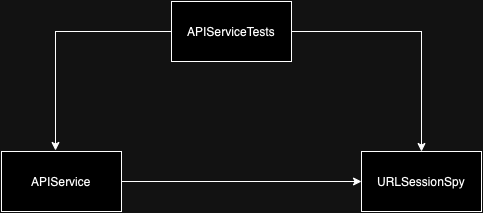
This is MarvelSampleTests/Tests/APIService/APIServiceTests.drawio.png from hiren9697/MavelSample, a draw.io export, as it was before one commit. Source tidied: cells renumbered, new cells last; positions are measured from the earlier drawing's top-left corner, leaving out a move shared by most shapes.
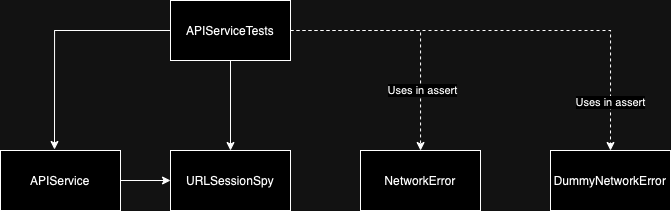
The same diagram one commit later.

Diff of the diagram source:
```diff
@@ -5,6 +5,18 @@
     <mxCell id="2" style="edgeStyle=orthogonalEdgeStyle;rounded=0;jettySize=auto;html=1;entryX=0.5;entryY=0;entryDx=0;entryDy=0;" parent="1" edge="1" source="3" target="6">
       <mxGeometry relative="1" as="geometry" />
     </mxCell>
+    <mxCell id="8" style="edgeStyle=orthogonalEdgeStyle;rounded=0;jettySize=auto;html=1;dashed=1;" parent="1" edge="1" source="3" target="12">
+      <mxGeometry relative="1" as="geometry" />
+    </mxCell>
+    <mxCell id="9" value="Uses in assert" style="edgeLabel;html=1;align=center;verticalAlign=middle;" parent="8" vertex="1">
+      <mxGeometry x="0.52" y="1" relative="1" as="geometry" />
+    </mxCell>
+    <mxCell id="10" style="edgeStyle=orthogonalEdgeStyle;rounded=0;jettySize=auto;html=1;entryX=0.5;entryY=0;entryDx=0;entryDy=0;dashed=1;" parent="1" edge="1" source="3" target="13">
+      <mxGeometry relative="1" as="geometry" />
+    </mxCell>
+    <mxCell id="11" value="Uses in assert" style="edgeLabel;html=1;align=center;verticalAlign=middle;" parent="10" vertex="1">
+      <mxGeometry x="0.78" y="-1" relative="1" as="geometry" />
+    </mxCell>
     <mxCell id="3" value="APIServiceTests" style="rounded=0;whiteSpace=wrap;html=1;" parent="1" vertex="1">
       <mxGeometry x="170" width="120" height="60" as="geometry" />
     </mxCell>
@@ -15,10 +27,16 @@
       <mxGeometry y="150" width="120" height="60" as="geometry" />
     </mxCell>
     <mxCell id="6" value="URLSessionSpy" style="rounded=0;whiteSpace=wrap;html=1;" parent="1" vertex="1">
-      <mxGeometry x="360" y="150" width="120" height="60" as="geometry" />
+      <mxGeometry x="170" y="150" width="120" height="60" as="geometry" />
     </mxCell>
     <mxCell id="7" style="edgeStyle=orthogonalEdgeStyle;rounded=0;jettySize=auto;html=1;entryX=0.45;entryY=-0.017;entryDx=0;entryDy=0;entryPerimeter=0;" parent="1" edge="1" source="3" target="5">
       <mxGeometry relative="1" as="geometry" />
     </mxCell>
+    <mxCell id="12" value="NetworkError" style="rounded=0;whiteSpace=wrap;html=1;" parent="1" vertex="1">
+      <mxGeometry x="360" y="150" width="120" height="60" as="geometry" />
+    </mxCell>
+    <mxCell id="13" value="DummyNetworkError" style="rounded=0;whiteSpace=wrap;html=1;" parent="1" vertex="1">
+      <mxGeometry x="550" y="150" width="120" height="60" as="geometry" />
+    </mxCell>
   </root>
 </mxGraphModel>
```
